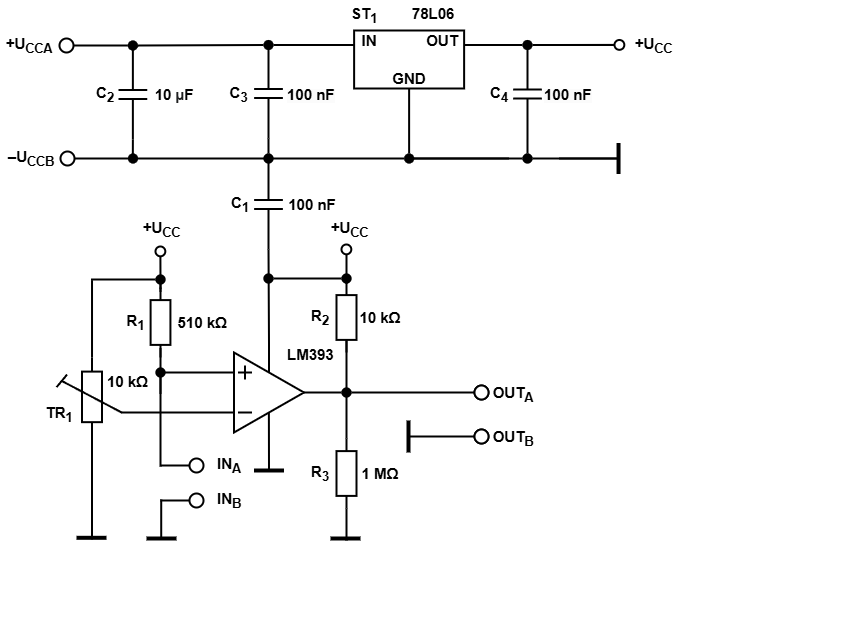
This is FC28.drawio.png from MarosFandel/Digital-elektronics-1, a draw.io export, as it was before one commit. Source tidied: cells renumbered, new cells last; positions are measured from the earlier drawing's top-left corner, leaving out a move shared by most shapes.
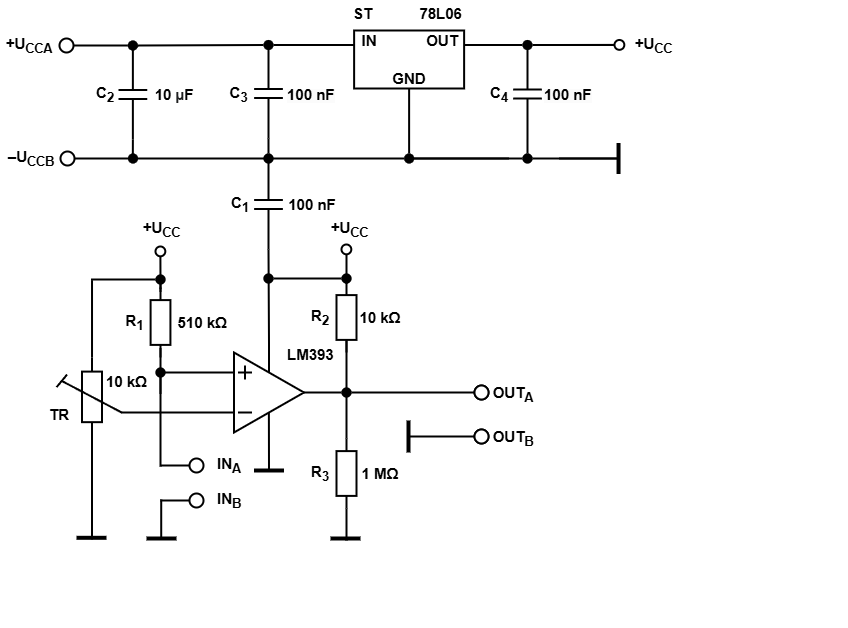
Later version of the same file.

The edit, as a diff of the source:
```diff
@@ -163,7 +163,7 @@
     <mxCell id="37" value="&lt;b&gt;&lt;font style=&quot;font-size: 15px;&quot;&gt;10 k&lt;/font&gt;&lt;/b&gt;&lt;b&gt;&lt;font style=&quot;font-size: 15px;&quot;&gt;Ω&lt;/font&gt;&lt;/b&gt;" style="text;html=1;align=center;verticalAlign=middle;whiteSpace=wrap;rounded=0;direction=north;" parent="1" vertex="1">
       <mxGeometry x="97.5" y="368.9" width="61" height="25" as="geometry" />
     </mxCell>
-    <mxCell id="38" value="&lt;b&gt;&lt;font style=&quot;font-size: 15px;&quot;&gt;TR&lt;sub&gt;1&lt;/sub&gt;&lt;/font&gt;&lt;/b&gt;" style="text;html=1;align=center;verticalAlign=middle;whiteSpace=wrap;rounded=0;direction=north;" parent="1" vertex="1">
+    <mxCell id="38" value="&lt;b&gt;&lt;font style=&quot;font-size: 15px;&quot;&gt;TR&lt;/font&gt;&lt;/b&gt;" style="text;html=1;align=center;verticalAlign=middle;whiteSpace=wrap;rounded=0;direction=north;" parent="1" vertex="1">
       <mxGeometry x="45" y="383.9" width="30" height="60" as="geometry" />
     </mxCell>
     <mxCell id="39" style="verticalLabelPosition=bottom;shadow=0;dashed=0;align=center;html=1;verticalAlign=top;shape=mxgraph.electrical.resistors.trimmer_resistor_1;strokeWidth=2;direction=north;flipH=0;" parent="1" vertex="1">
@@ -423,8 +423,8 @@
     <mxCell id="107" style="ellipse;fillColor=strokeColor;html=1;strokeWidth=0;" parent="1" vertex="1">
       <mxGeometry x="264" y="153" width="10" height="10" as="geometry" />
     </mxCell>
-    <mxCell id="108" value="&lt;span style=&quot;font-size: 15px;&quot;&gt;&lt;b&gt;ST&lt;sub&gt;1&amp;nbsp; &amp;nbsp; &amp;nbsp; &amp;nbsp; &amp;nbsp;&amp;nbsp;&lt;/sub&gt;78L06&lt;/b&gt;&lt;/span&gt;" style="text;html=1;align=left;verticalAlign=middle;whiteSpace=wrap;rounded=0;" parent="1" vertex="1">
-      <mxGeometry x="350" width="110" height="30" as="geometry" />
+    <mxCell id="108" value="&lt;span style=&quot;font-size: 15px;&quot;&gt;&lt;b&gt;ST&amp;nbsp; &amp;nbsp;&lt;sub&gt;&amp;nbsp; &amp;nbsp; &amp;nbsp; &amp;nbsp; &amp;nbsp;&amp;nbsp;&lt;/sub&gt;78L06&lt;/b&gt;&lt;/span&gt;" style="text;html=1;align=left;verticalAlign=middle;whiteSpace=wrap;rounded=0;" parent="1" vertex="1">
+      <mxGeometry x="352" width="125" height="30" as="geometry" />
     </mxCell>
     <mxCell id="109" style="endArrow=none;html=1;rounded=0;entryX=0.5;entryY=0;entryDx=0;entryDy=0;strokeWidth=2;exitX=1;exitY=0.5;exitDx=0;exitDy=0;exitPerimeter=0;" parent="1" edge="1" source="65">
       <mxGeometry relative="1" as="geometry">
```
